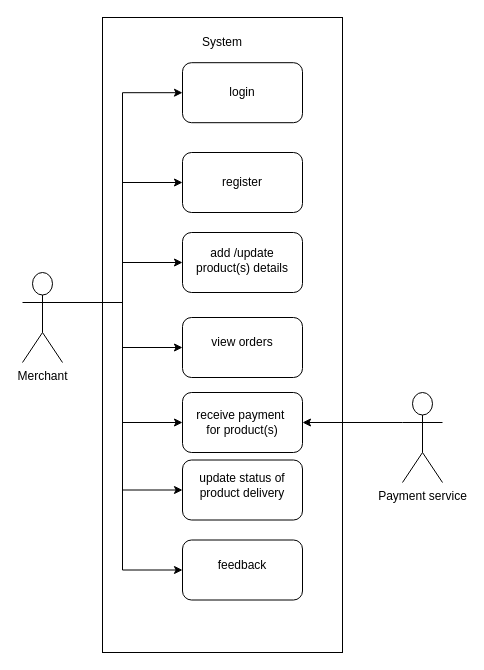
This is amazon_merchant.drawio from MohitBurkule/uml-diagrams, a draw.io file, before an edit. Source tidied: cells renumbered, new cells numbered last; positions are measured from the earlier drawing's top-left corner, leaving out a move shared by most shapes. Both pictures are drawn from the tidied source at 100%, with x=0, y=0 at pixel (22, 17).
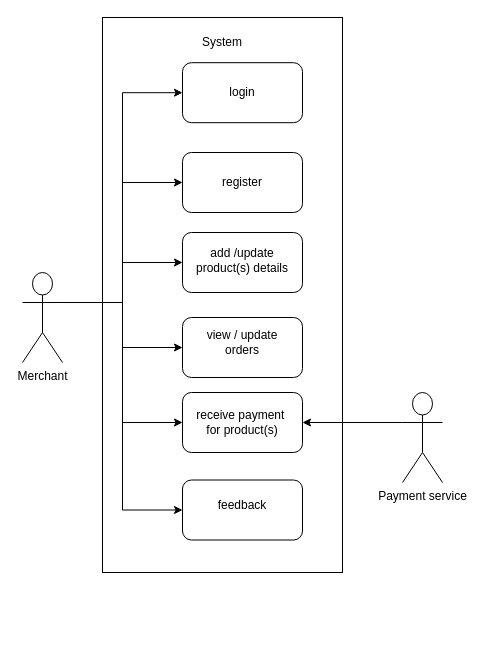
After the change.

Unchanged cells that the change refers to:
```xml
<mxCell id="10" value="Merchant" style="shape=umlActor;verticalLabelPosition=bottom;labelBackgroundColor=#ffffff;verticalAlign=top;html=1;" parent="1" vertex="1">
  <mxGeometry y="255" width="40" height="90" as="geometry" />
</mxCell>
```

Change to the diagram source:
```diff
@@
     <mxCell id="2" style="rounded=0;whiteSpace=wrap;html=1;" parent="1" vertex="1">
-      <mxGeometry x="80" width="240" height="635" as="geometry" />
+      <mxGeometry x="80" width="240" height="555" as="geometry" />
     </mxCell>
@@
-    <mxCell id="7" style="edgeStyle=orthogonalEdgeStyle;rounded=0;jettySize=auto;html=1;exitX=1;exitY=0.3333333333333333;exitDx=0;exitDy=0;exitPerimeter=0;entryX=0;entryY=0.5;entryDx=0;entryDy=0;" parent="1" edge="1" source="10" target="21">
-      <mxGeometry relative="1" as="geometry" />
-    </mxCell>
@@
-    <mxCell id="16" value="view orders" style="text;html=1;strokeColor=none;fillColor=none;align=center;verticalAlign=middle;whiteSpace=wrap;rounded=0;" parent="1" vertex="1">
+    <mxCell id="16" value="view / update orders" style="text;html=1;strokeColor=none;fillColor=none;align=center;verticalAlign=middle;whiteSpace=wrap;rounded=0;" parent="1" vertex="1">
       <mxGeometry x="170" y="305" width="100" height="40" as="geometry" />
     </mxCell>
@@
-    <mxCell id="21" style="rounded=1;whiteSpace=wrap;html=1;" parent="1" vertex="1">
-      <mxGeometry x="160" y="442.5" width="120" height="60" as="geometry" />
-    </mxCell>
-    <mxCell id="22" value="update status of product delivery" style="text;html=1;strokeColor=none;fillColor=none;align=center;verticalAlign=middle;whiteSpace=wrap;rounded=0;" parent="1" vertex="1">
-      <mxGeometry x="170" y="447.5" width="100" height="40" as="geometry" />
-    </mxCell>
     <mxCell id="23" style="rounded=1;whiteSpace=wrap;html=1;" parent="1" vertex="1">
-      <mxGeometry x="160" y="522.5" width="120" height="60" as="geometry" />
+      <mxGeometry x="160" y="462.5" width="120" height="60" as="geometry" />
     </mxCell>
     <mxCell id="24" value="feedback" style="text;html=1;strokeColor=none;fillColor=none;align=center;verticalAlign=middle;whiteSpace=wrap;rounded=0;" parent="1" vertex="1">
-      <mxGeometry x="170" y="527.5" width="100" height="40" as="geometry" />
+      <mxGeometry x="170" y="467.5" width="100" height="40" as="geometry" />
     </mxCell>
@@
+    <mxCell id="28" style="edgeStyle=orthogonalEdgeStyle;rounded=0;orthogonalLoop=1;jettySize=auto;html=1;exitX=0.5;exitY=1;exitDx=0;exitDy=0;" parent="1" edge="1" source="2" target="2">
+      <mxGeometry relative="1" as="geometry" />
+    </mxCell>
```
